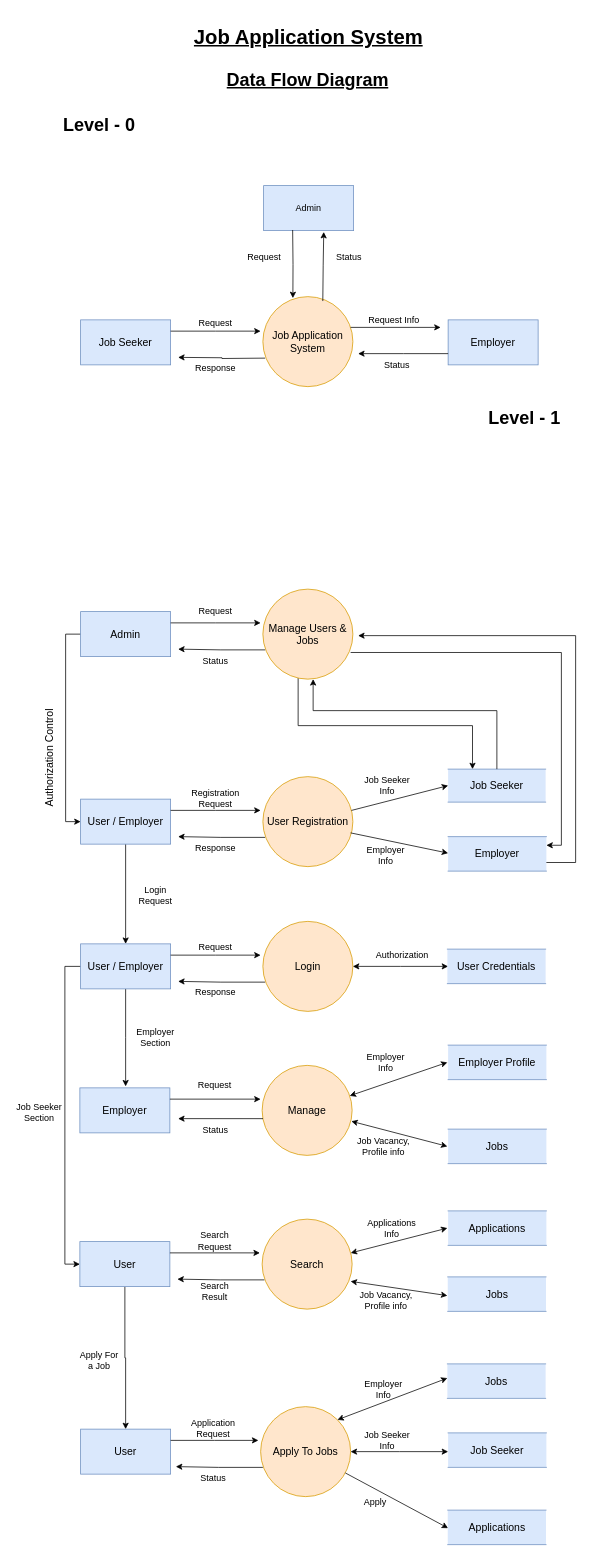
Earlier version of the draw.io diagram page "DFD" (1 of 2) of Job Management System.drawio (ramancodes/Diagrams). Source tidied: cells renumbered, new cells numbered last; positions are measured from the earlier drawing's top-left corner, leaving out a move shared by most shapes. Both pictures are drawn from the tidied source at 75%, with x=0, y=0 at pixel (-3, 20).
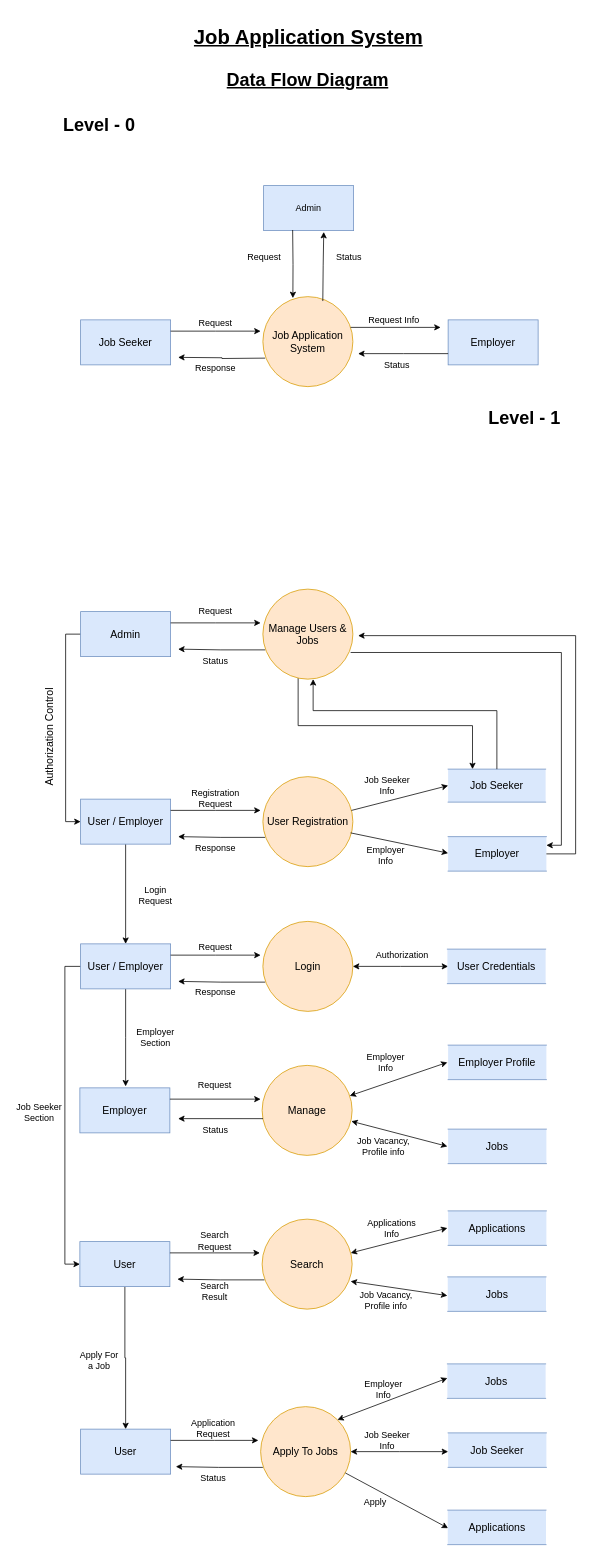
After the change.

The change refers to these unchanged cells:
```xml
<mxCell id="88" value="&lt;font style=&quot;font-size: 14px;&quot;&gt;Employer&lt;/font&gt;" style="html=1;dashed=0;whiteSpace=wrap;shape=partialRectangle;right=0;left=0;fillColor=#dae8fc;strokeColor=#6c8ebf;" parent="1" vertex="1">
  <mxGeometry x="601" y="1088" width="131" height="46" as="geometry" />
</mxCell>
```

The edit, as a diff of the source:
```diff
@@
     <mxCell id="99" value="&lt;font style=&quot;font-size: 14px;&quot;&gt;Authorization Control&lt;/font&gt;" style="text;html=1;strokeColor=none;fillColor=none;align=center;verticalAlign=middle;whiteSpace=wrap;rounded=0;rotation=270;" parent="1" vertex="1">
-      <mxGeometry y="968" width="140" height="30" as="geometry" />
+      <mxGeometry y="940" width="140" height="30" as="geometry" />
     </mxCell>
@@
-    <mxCell id="101" style="edgeStyle=orthogonalEdgeStyle;rounded=0;jettySize=auto;html=1;exitX=1;exitY=0.75;exitDx=0;exitDy=0;" parent="1" edge="1" source="88">
+    <mxCell id="101" style="edgeStyle=orthogonalEdgeStyle;rounded=0;jettySize=auto;html=1;exitX=1;exitY=0.5;exitDx=0;exitDy=0;" parent="1" edge="1" source="88">
       <mxGeometry relative="1" as="geometry">
         <mxPoint x="481" y="820" as="targetPoint" />
         <Array as="points">
-          <mxPoint x="771" y="1123" />
+          <mxPoint x="771" y="1111" />
           <mxPoint x="771" y="820" />
         </Array>
       </mxGeometry>
     </mxCell>
```
